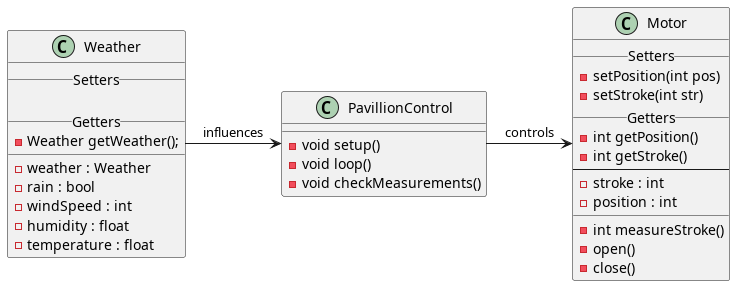
The PlantUML diagram docs/class-diagram.png in ckiri/pavillon-control, before a commit. Source of this version:
```plantuml
@startuml

class Weather {
__Setters__

__Getters__
- Weather getWeather();
__
- weather : Weather
- rain : bool
- windSpeed : int
- humidity : float
- temperature : float
}

class Motor {
__Setters__
- setPosition(int pos)
- setStroke(int str)
__Getters__
- int getPosition()
- int getStroke()
--
- stroke : int
- position : int
__
- int measureStroke()
- open()
- close()
}

class PavillionControl {
- void setup()
- void loop()
- void checkMeasurements()
}

Weather -> PavillionControl : influences
PavillionControl -> Motor : controls


@enduml
```
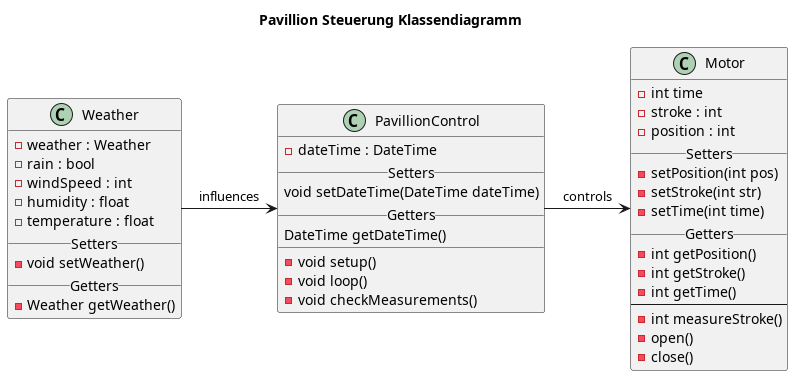
Above is the later version.

Commit message:
Added class diagram to planung

Change to the diagram source:
```diff
@@ -1,35 +1,44 @@
 @startuml
 
+title Pavillion Steuerung Klassendiagramm
+
 class Weather {
-__Setters__
-
-__Getters__
-- Weather getWeather();
-__
 - weather : Weather
 - rain : bool
 - windSpeed : int
 - humidity : float
 - temperature : float
+__Setters__
+- void setWeather()
+__Getters__
+- Weather getWeather()
 }
 
 class Motor {
+- int time
+- stroke : int
+- position : int
 __Setters__
 - setPosition(int pos)
 - setStroke(int str)
+- setTime(int time)
 __Getters__
 - int getPosition()
 - int getStroke()
+- int getTime()
 --
-- stroke : int
-- position : int
-__
 - int measureStroke()
 - open()
 - close()
 }
 
 class PavillionControl {
+- dateTime : DateTime
+__Setters__
+void setDateTime(DateTime dateTime)
+__Getters__
+DateTime getDateTime()
+__
 - void setup()
 - void loop()
 - void checkMeasurements()
@@ -38,5 +47,4 @@
 Weather -> PavillionControl : influences
 PavillionControl -> Motor : controls
 
-
 @enduml
```
